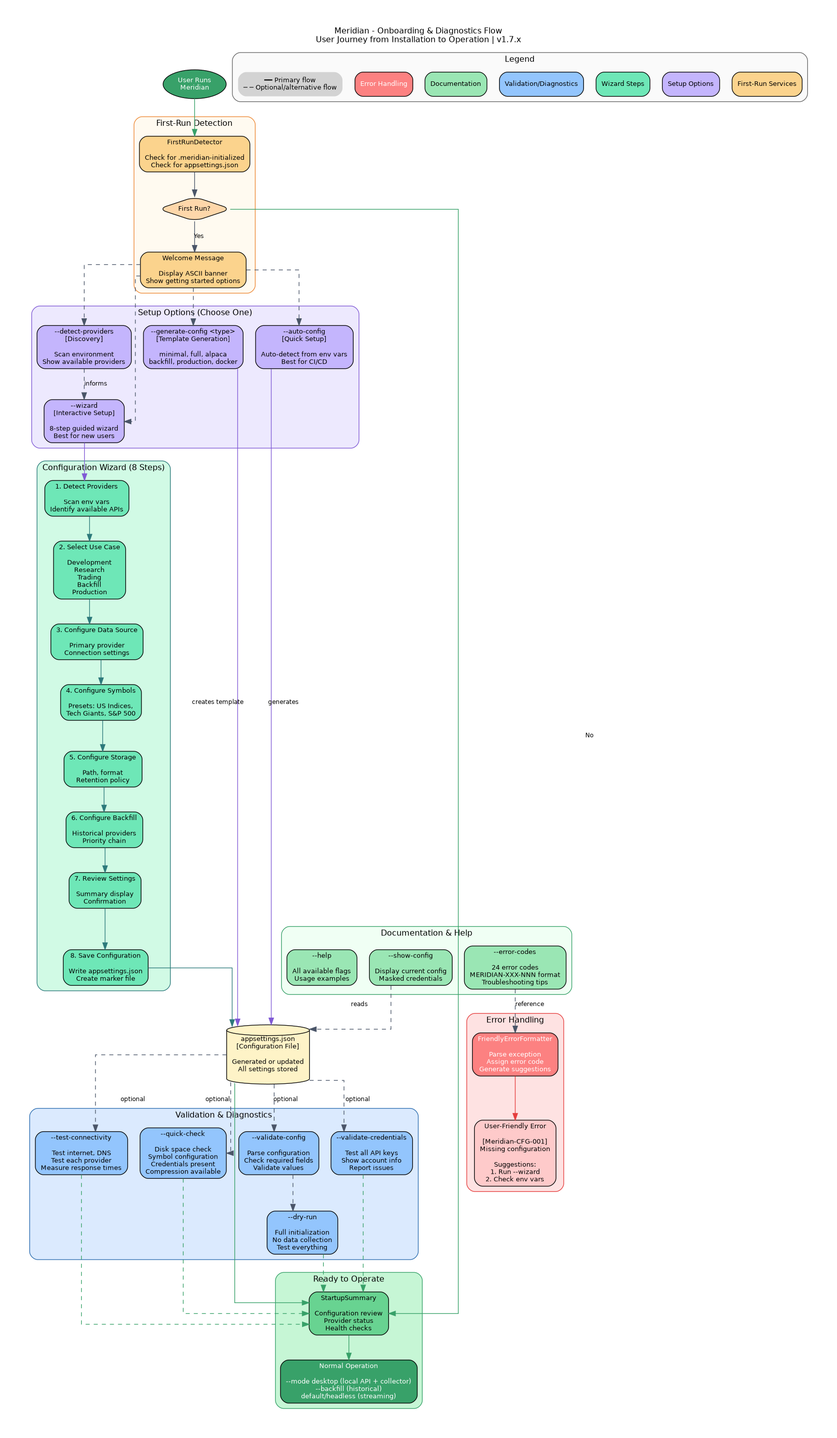
Before: docs/diagrams/workflows/operations/onboarding-flow.png, a diagram exported from Graphviz (rodoHasArrived/Meridian-main). Its source is kept beside it as docs/diagrams/workflows/operations/onboarding-flow.dot.
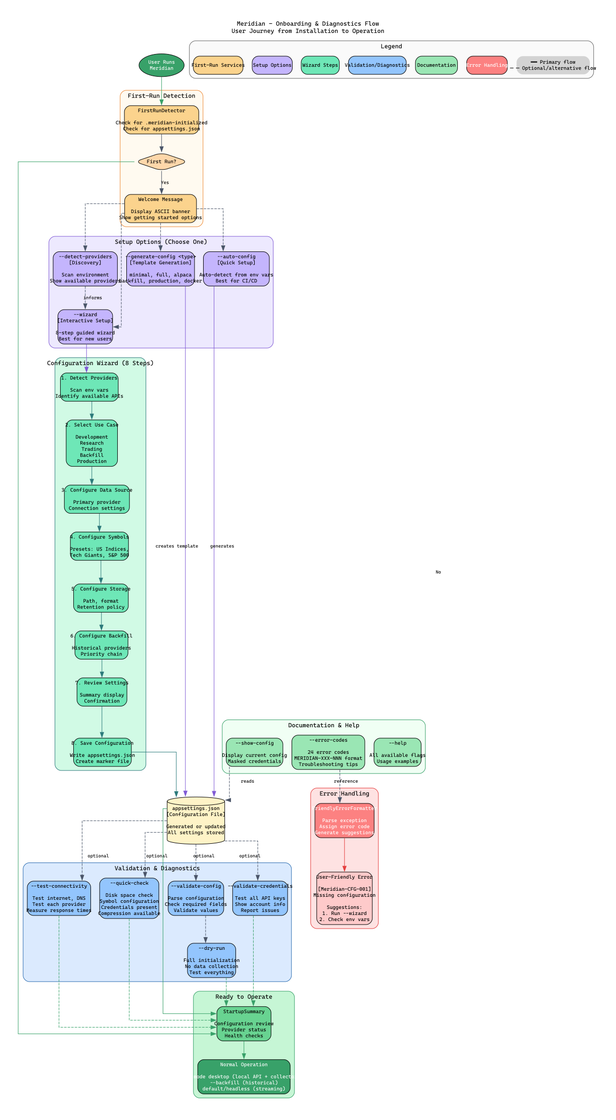
Above is the later version.

The edit, as a diff of the source:
```diff
@@ -6,7 +6,7 @@
   edge  [fontname="Helvetica", fontsize=9, color="#4a5568"];
 
   labelloc="t";
-  label="Meridian - Onboarding & Diagnostics Flow\nUser Journey from Installation to Operation | v1.7.x";
+  label="Meridian - Onboarding & Diagnostics Flow\nUser Journey from Installation to Operation";
 
   START [shape=oval, fillcolor="#38a169", fontcolor="white",
          label="User Runs\nMeridian"];
```
